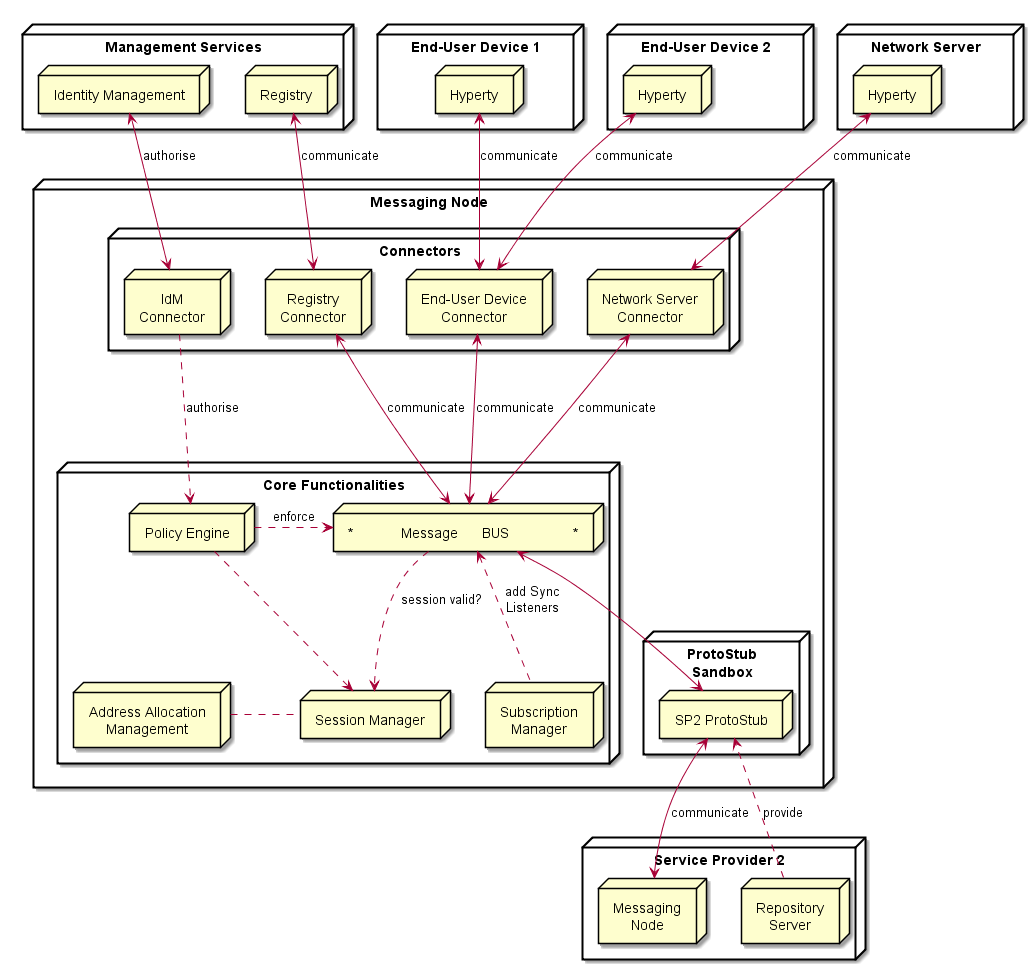
reTHINK-project/specs keeps this PlantUML diagram as messaging-framework/msg-node-architecture.png. Above is the earlier version. Source of this version:
```plantuml
@startuml "msg-node-architecture.png"


node "Management Services" as Man1 {
	node "Registry" as Server1
	node "Identity Management" as IdM1

}

node "Service Provider 2" as SP2 {
	node "Messaging\nNode" as Msg2
	node "Repository\nServer" as Repo2
}

node "End-User Device 1" as User1 {
	node "Hyperty" as H1
}

node "End-User Device 2" as User2 {
	node "Hyperty" as H2
}

node "Network Server" as Net {
	node "Hyperty" as H3
}

node "Messaging Node" as msg {


 node "ProtoStub\nSandbox" as Proto1Sand {

	 node "SP2 ProtoStub" as Proto1
 }

node "Connectors" as Conn {
	node "IdM\nConnector" as ConnIdM
	node "Registry\nConnector" as ConnMan
	node "End-User Device\nConnector" as ConnUser
	node "Network Server\nConnector" as ConnNet
}


node "Core Functionalities" as core {

 node "*            Message      BUS                *" as Bus

 node "Policy Engine" as BusPEP

 node "Session Manager" as Reg

 node "Address Allocation\nManagement" as ID

 node "Subscription\nManager" as Sync

 }

Repo2 ..down-> Proto1: provide

Msg2 <-left-> Proto1 : communicate

 Bus <-right-> Proto1

 BusPEP ..right-> Bus : enforce

 ConnIdM ..down-> BusPEP : authorise

 BusPEP .down-> Reg

 Reg .left. ID

 Reg <-up. Bus: session valid?

 Sync -up.> Bus: add Sync\nListeners

 ConnIdM <-up-> IdM1 : authorise

 Bus <-up-> ConnUser : communicate
 ConnUser <-up-> H1 : communicate

 ConnUser <-up-> H2 : communicate

 Bus <-up-> ConnNet : communicate
 ConnNet <-up-> H3 : communicate

 Bus <-up-> ConnMan : communicate
 ConnMan <-up-> Server1 : communicate
 	}

@enduml
```
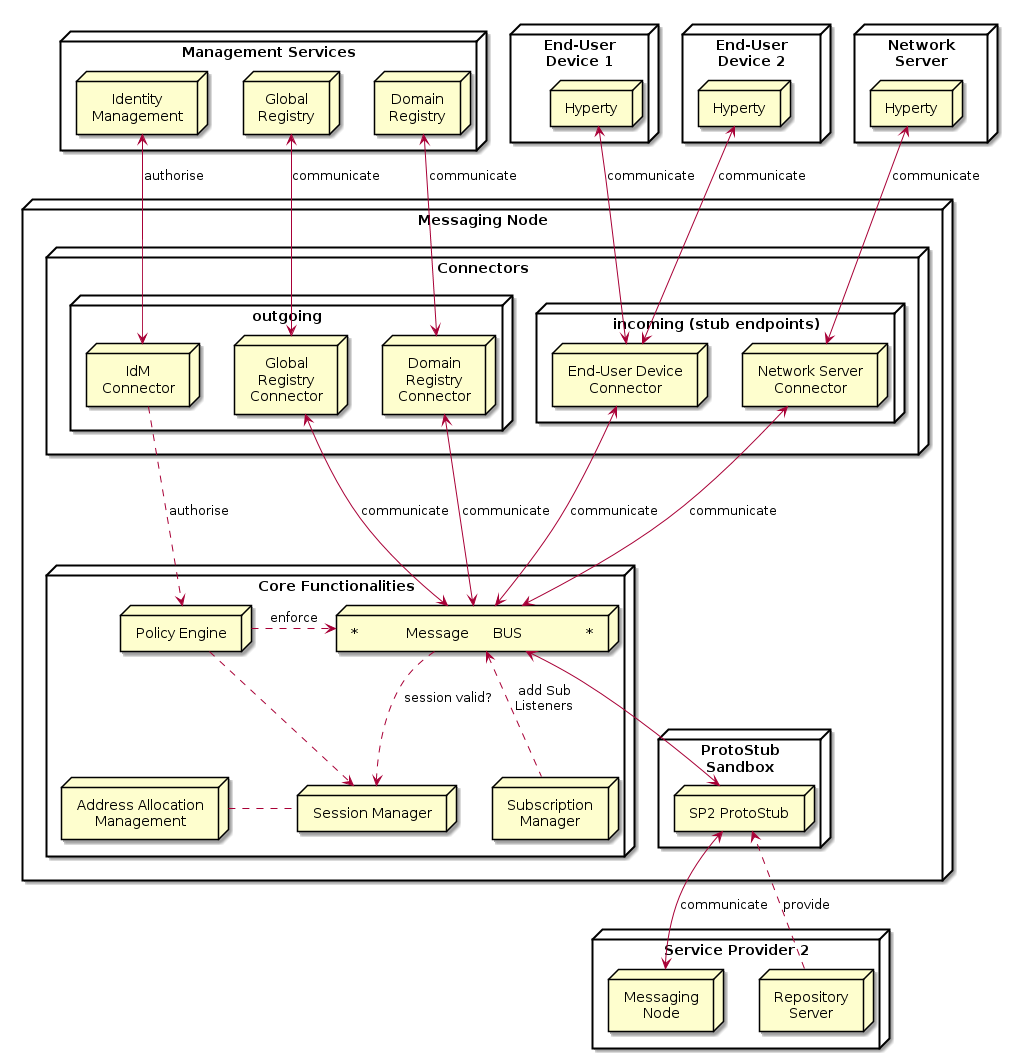
The same file after the commit.

Commit message:
updated messaging node architecture diagram and description for D3.5

Change to the diagram source:
```diff
@@ -2,9 +2,9 @@
 
 
 node "Management Services" as Man1 {
-	node "Registry" as Server1
-	node "Identity Management" as IdM1
-
+	node "Global\nRegistry" as GReg
+	node "Domain\nRegistry" as DomReg
+	node "Identity\nManagement" as IdM1
 }
 
 node "Service Provider 2" as SP2 {
@@ -12,15 +12,15 @@
 	node "Repository\nServer" as Repo2
 }
 
-node "End-User Device 1" as User1 {
+node "End-User\nDevice 1" as User1 {
 	node "Hyperty" as H1
 }
 
-node "End-User Device 2" as User2 {
+node "End-User\nDevice 2" as User2 {
 	node "Hyperty" as H2
 }
 
-node "Network Server" as Net {
+node "Network\nServer" as Net {
 	node "Hyperty" as H3
 }
 
@@ -33,10 +33,15 @@
  }
 
 node "Connectors" as Conn {
-	node "IdM\nConnector" as ConnIdM
-	node "Registry\nConnector" as ConnMan
-	node "End-User Device\nConnector" as ConnUser
-	node "Network Server\nConnector" as ConnNet
+	node "outgoing" as ConnOut {
+		node "IdM\nConnector" as ConnIdM
+		node "Global\nRegistry\nConnector" as ConnGReg
+		node "Domain\nRegistry\nConnector" as ConnDomReg
+	}
+	node "incoming (stub endpoints)" as ConnIn {
+		node "End-User Device\nConnector" as ConnUser
+		node "Network Server\nConnector" as ConnNet
+	}
 }
 
 
@@ -50,7 +55,7 @@
 
  node "Address Allocation\nManagement" as ID
 
- node "Subscription\nManager" as Sync
+ node "Subscription\nManager" as Sub
 
  }
 
@@ -70,7 +75,7 @@
 
  Reg <-up. Bus: session valid?
 
- Sync -up.> Bus: add Sync\nListeners
+ Sub -up.> Bus: add Sub\nListeners
 
  ConnIdM <-up-> IdM1 : authorise
 
@@ -82,8 +87,10 @@
  Bus <-up-> ConnNet : communicate
  ConnNet <-up-> H3 : communicate
 
- Bus <-up-> ConnMan : communicate
- ConnMan <-up-> Server1 : communicate
- 	}
+ Bus <-up-> ConnGReg : communicate
+ Bus <-up-> ConnDomReg : communicate
+ ConnGReg <-up-> GReg : communicate
+ ConnDomReg <-up-> DomReg : communicate
+
 
 @enduml
```
